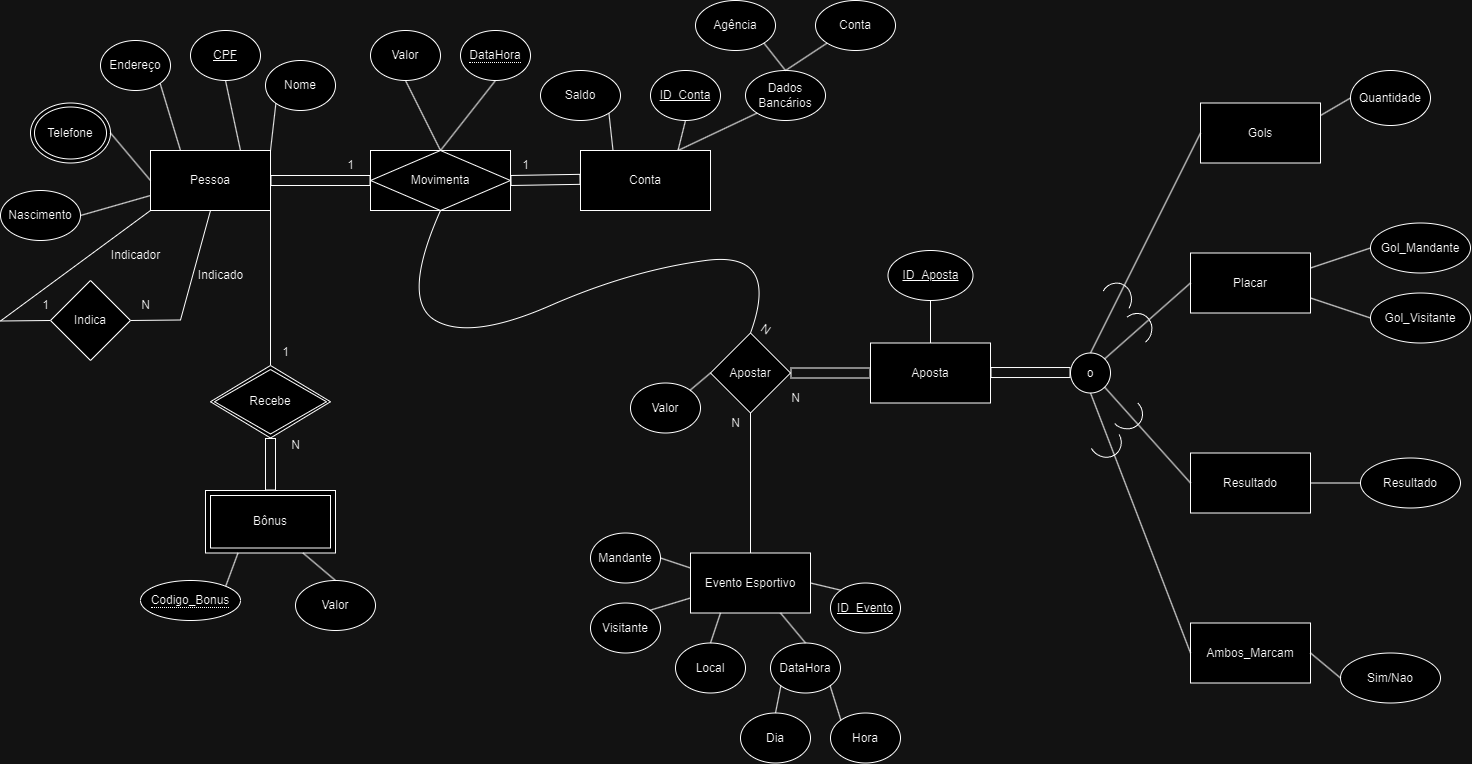
The draw.io diagram Diagrama.png in joaohl19/Projeto-GDI, before a commit. Source tidied: cells renumbered, new cells last; positions are measured from the earlier drawing's top-left corner, leaving out a move shared by most shapes.
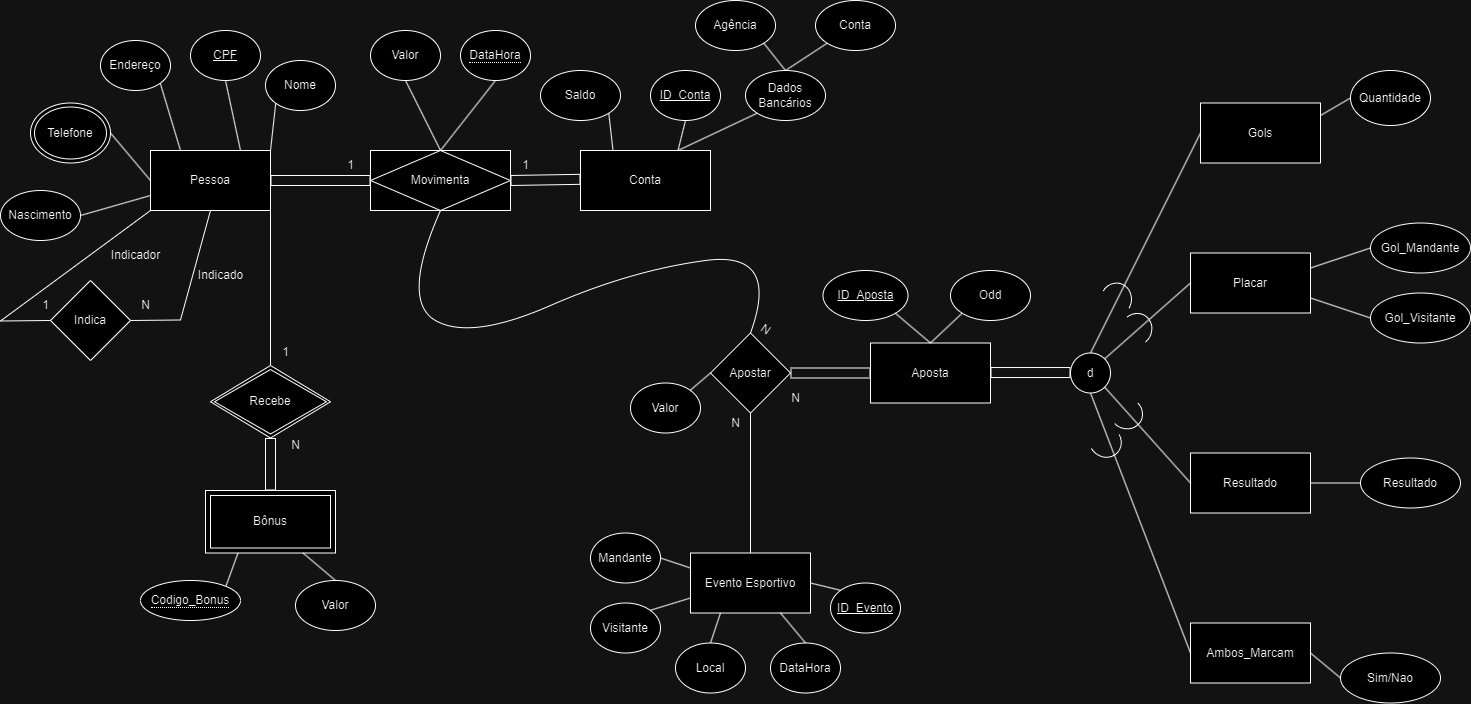
After the commit.

Commit message:
atualizando o diagrama

What changed in the source:
```diff
@@ -131,12 +131,6 @@
     <mxCell id="38" value="&lt;u&gt;ID_Evento&lt;/u&gt;" style="ellipse;whiteSpace=wrap;html=1;" parent="1" vertex="1">
       <mxGeometry x="830" y="582.5" width="70" height="50" as="geometry" />
     </mxCell>
-    <mxCell id="39" value="Dia" style="ellipse;whiteSpace=wrap;html=1;" parent="1" vertex="1">
-      <mxGeometry x="740" y="712.5" width="70" height="50" as="geometry" />
-    </mxCell>
-    <mxCell id="40" value="Hora" style="ellipse;whiteSpace=wrap;html=1;" parent="1" vertex="1">
-      <mxGeometry x="830" y="712.5" width="70" height="50" as="geometry" />
-    </mxCell>
     <mxCell id="41" style="endArrow=none;html=1;rounded=0;entryX=1;entryY=0.5;entryDx=0;entryDy=0;exitX=0;exitY=0.25;exitDx=0;exitDy=0;" parent="1" edge="1" source="21" target="34">
       <mxGeometry relative="1" as="geometry" />
     </mxCell>
@@ -152,19 +146,13 @@
     <mxCell id="45" style="endArrow=none;html=1;rounded=0;entryX=0.75;entryY=1;entryDx=0;entryDy=0;exitX=0.5;exitY=0;exitDx=0;exitDy=0;" parent="1" edge="1" source="37" target="21">
       <mxGeometry relative="1" as="geometry" />
     </mxCell>
-    <mxCell id="46" style="endArrow=none;html=1;rounded=0;entryX=0;entryY=1;entryDx=0;entryDy=0;exitX=0.5;exitY=0;exitDx=0;exitDy=0;" parent="1" edge="1" source="39" target="37">
-      <mxGeometry relative="1" as="geometry" />
-    </mxCell>
-    <mxCell id="47" style="endArrow=none;html=1;rounded=0;entryX=1;entryY=1;entryDx=0;entryDy=0;exitX=0;exitY=0;exitDx=0;exitDy=0;" parent="1" edge="1" source="40" target="37">
-      <mxGeometry relative="1" as="geometry" />
-    </mxCell>
     <mxCell id="48" style="shape=flexArrow;endArrow=none;startArrow=none;html=1;rounded=0;startFill=0;endFill=0;exitX=1;exitY=0.5;exitDx=0;exitDy=0;entryX=0;entryY=0.5;entryDx=0;entryDy=0;" parent="1" edge="1">
       <mxGeometry relative="1" as="geometry">
         <mxPoint x="990" y="372" as="sourcePoint" />
         <mxPoint x="1070" y="372" as="targetPoint" />
       </mxGeometry>
     </mxCell>
-    <mxCell id="49" value="o" style="ellipse;whiteSpace=wrap;html=1;" parent="1" vertex="1">
+    <mxCell id="49" value="d" style="ellipse;whiteSpace=wrap;html=1;" parent="1" vertex="1">
       <mxGeometry x="1070" y="352.5" width="40" height="40" as="geometry" />
     </mxCell>
     <mxCell id="50" value="Gols" style="rounded=0;whiteSpace=wrap;html=1;" parent="1" vertex="1">
@@ -227,9 +215,9 @@
       <mxGeometry relative="1" as="geometry" />
     </mxCell>
     <mxCell id="69" value="&lt;u&gt;ID_Aposta&lt;/u&gt;" style="ellipse;whiteSpace=wrap;html=1;" parent="1" vertex="1">
-      <mxGeometry x="887.5" y="250" width="85" height="50" as="geometry" />
+      <mxGeometry x="822.5" y="270" width="85" height="50" as="geometry" />
     </mxCell>
-    <mxCell id="70" style="endArrow=none;html=1;rounded=0;entryX=0.5;entryY=1;entryDx=0;entryDy=0;exitX=0.5;exitY=0;exitDx=0;exitDy=0;" parent="1" edge="1" source="22" target="69">
+    <mxCell id="70" style="endArrow=none;html=1;rounded=0;entryX=1;entryY=1;entryDx=0;entryDy=0;exitX=0.5;exitY=0;exitDx=0;exitDy=0;" parent="1" edge="1" source="22" target="69">
       <mxGeometry relative="1" as="geometry" />
     </mxCell>
     <mxCell id="71" style="endArrow=none;html=1;rounded=0;entryX=0;entryY=0.5;entryDx=0;entryDy=0;exitX=0.5;exitY=0;exitDx=0;exitDy=0;" parent="1" edge="1" source="49" target="50">
@@ -330,5 +318,11 @@
     <mxCell id="100" value="&lt;span style=&quot;border-bottom: 1px dotted&quot;&gt;DataHora&lt;/span&gt;" style="ellipse;whiteSpace=wrap;html=1;align=center;" parent="1" vertex="1">
       <mxGeometry x="460" y="30" width="70" height="50" as="geometry" />
     </mxCell>
+    <mxCell id="101" value="Odd" style="ellipse;whiteSpace=wrap;html=1;" parent="1" vertex="1">
+      <mxGeometry x="950" y="270" width="80" height="50" as="geometry" />
+    </mxCell>
+    <mxCell id="102" style="endArrow=none;html=1;rounded=0;entryX=0;entryY=1;entryDx=0;entryDy=0;exitX=0.5;exitY=0;exitDx=0;exitDy=0;" parent="1" edge="1" source="22" target="101">
+      <mxGeometry relative="1" as="geometry" />
+    </mxCell>
   </root>
 </mxGraphModel>
```
